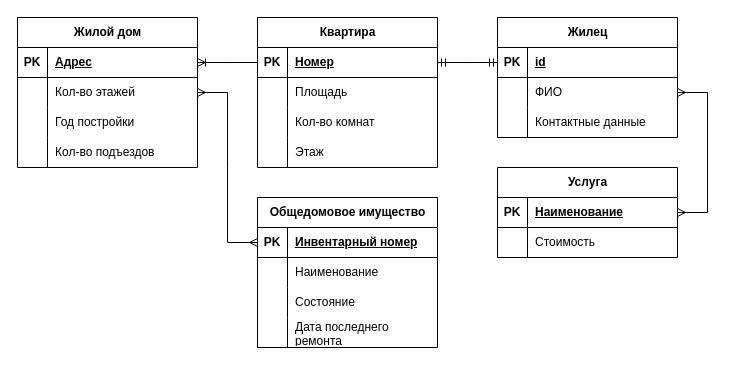
The draw.io diagram zhuc.drawio in minikarha/hueta, before the edit. Source tidied: cells renumbered, new cells numbered last; positions are measured from the earlier drawing's top-left corner, leaving out a move shared by most shapes. Both pictures are drawn from the tidied source at 100%, with x=0, y=0 at pixel (17, 17).
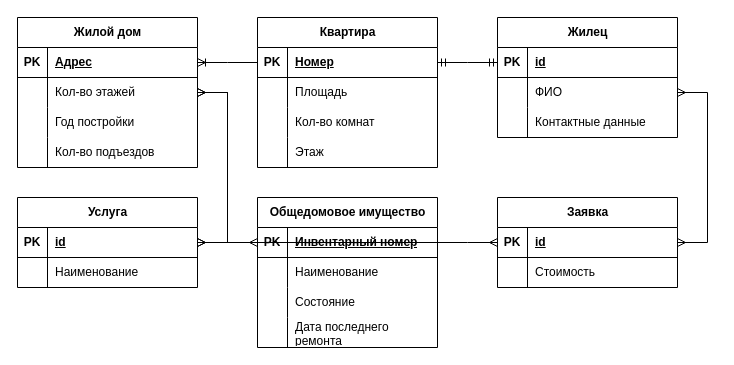
After the change.

The change refers to these unchanged cells:
```xml
<mxCell id="6" style="shape=tableRow;horizontal=0;startSize=0;swimlaneHead=0;swimlaneBody=0;fillColor=none;points=[[0,0.5],[1,0.5]];portConstraint=eastwest;top=0;left=0;right=0;bottom=0;" parent="2" vertex="1">
  <mxGeometry y="60" width="180" height="30" as="geometry" />
</mxCell>
<mxCell id="29" style="shape=tableRow;horizontal=0;startSize=0;swimlaneHead=0;swimlaneBody=0;fillColor=none;points=[[0,0.5],[1,0.5]];portConstraint=eastwest;top=0;left=0;right=0;bottom=1;" parent="28" vertex="1">
  <mxGeometry y="30" width="180" height="30" as="geometry" />
</mxCell>
```

Change to the diagram source:
```diff
@@
-    <mxCell id="28" value="Услуга" style="shape=table;startSize=30;childLayout=tableLayout;rowLines=0;fontStyle=1;align=center;html=1;" parent="1" vertex="1">
-      <mxGeometry x="480" y="150" width="180" height="90" as="geometry" />
+    <mxCell id="28" value="Заявка" style="shape=table;startSize=30;childLayout=tableLayout;rowLines=0;fontStyle=1;align=center;html=1;" parent="1" vertex="1">
+      <mxGeometry x="480" y="180" width="180" height="90" as="geometry" />
     </mxCell>
@@
-    <mxCell id="31" value="Наименование" style="shape=partialRectangle;fillColor=none;top=0;left=0;bottom=0;right=0;align=left;spacingLeft=6;fontStyle=5;overflow=hidden;whiteSpace=wrap;html=1;" parent="29" vertex="1">
+    <mxCell id="31" value="id" style="shape=partialRectangle;fillColor=none;top=0;left=0;bottom=0;right=0;align=left;spacingLeft=6;fontStyle=5;overflow=hidden;whiteSpace=wrap;html=1;" parent="29" vertex="1">
       <mxGeometry x="30" width="150" height="30" as="geometry" />
     </mxCell>
@@
+    <mxCell id="62" value="Услуга" style="shape=table;startSize=30;childLayout=tableLayout;rowLines=0;fontStyle=1;align=center;html=1;" parent="1" vertex="1">
+      <mxGeometry y="180" width="180" height="90" as="geometry" />
+    </mxCell>
+    <mxCell id="63" style="shape=tableRow;horizontal=0;startSize=0;swimlaneHead=0;swimlaneBody=0;fillColor=none;points=[[0,0.5],[1,0.5]];portConstraint=eastwest;top=0;left=0;right=0;bottom=1;" parent="62" vertex="1">
+      <mxGeometry y="30" width="180" height="30" as="geometry" />
+    </mxCell>
+    <mxCell id="64" value="PK" style="shape=partialRectangle;fillColor=none;top=0;left=0;bottom=0;right=0;fontStyle=1;overflow=hidden;whiteSpace=wrap;html=1;" parent="63" vertex="1">
+      <mxGeometry width="30" height="30" as="geometry" />
+    </mxCell>
+    <mxCell id="65" value="id" style="shape=partialRectangle;fillColor=none;top=0;left=0;bottom=0;right=0;align=left;spacingLeft=6;fontStyle=5;overflow=hidden;whiteSpace=wrap;html=1;" parent="63" vertex="1">
+      <mxGeometry x="30" width="150" height="30" as="geometry" />
+    </mxCell>
+    <mxCell id="66" style="shape=tableRow;horizontal=0;startSize=0;swimlaneHead=0;swimlaneBody=0;fillColor=none;top=0;left=0;right=0;bottom=0;" parent="62" vertex="1">
+      <mxGeometry y="60" width="180" height="30" as="geometry" />
+    </mxCell>
+    <mxCell id="67" style="shape=partialRectangle;fillColor=none;top=0;left=0;bottom=0;right=0;overflow=hidden;whiteSpace=wrap;html=1;" parent="66" vertex="1">
+      <mxGeometry width="30" height="30" as="geometry" />
+    </mxCell>
+    <mxCell id="68" value="Наименование" style="shape=partialRectangle;fillColor=none;top=0;left=0;bottom=0;right=0;align=left;spacingLeft=6;overflow=hidden;whiteSpace=wrap;html=1;" parent="66" vertex="1">
+      <mxGeometry x="30" width="150" height="30" as="geometry" />
+    </mxCell>
+    <mxCell id="69" style="edgeStyle=entityRelationEdgeStyle;fontSize=12;html=1;endArrow=ERmany;startArrow=ERmany;rounded=0;" parent="1" edge="1" source="6" target="63">
+      <mxGeometry relative="1" as="geometry" />
+    </mxCell>
+    <mxCell id="70" style="edgeStyle=entityRelationEdgeStyle;fontSize=12;html=1;endArrow=ERmany;startArrow=ERmany;rounded=0;" parent="1" edge="1" source="63" target="29">
+      <mxGeometry relative="1" as="geometry" />
+    </mxCell>
```
